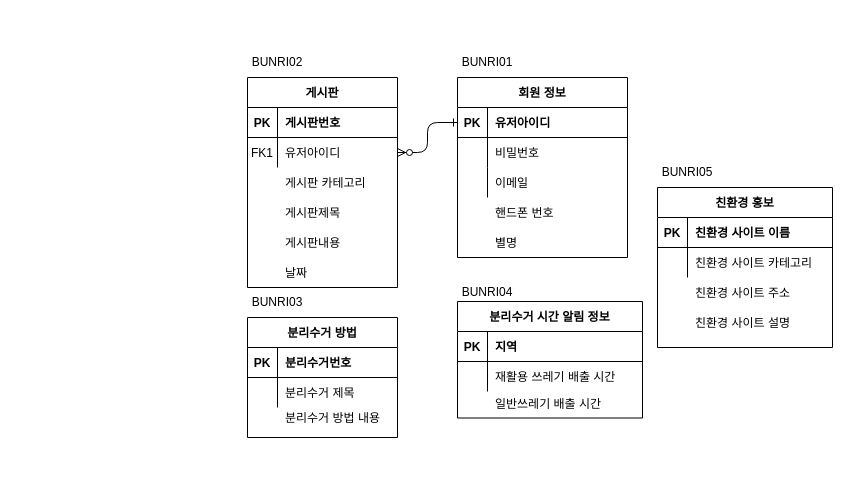
jgy2808/TERM_Project keeps this draw.io diagram as page "kor" (2 of 2) of recycleDB.drawio. Above is the earlier version. Source tidied: cells renumbered, new cells numbered last; positions are measured from the earlier drawing's top-left corner, leaving out a move shared by most shapes. Both pictures are drawn from the tidied source at 100%, with x=0, y=0 at pixel (247, 47).
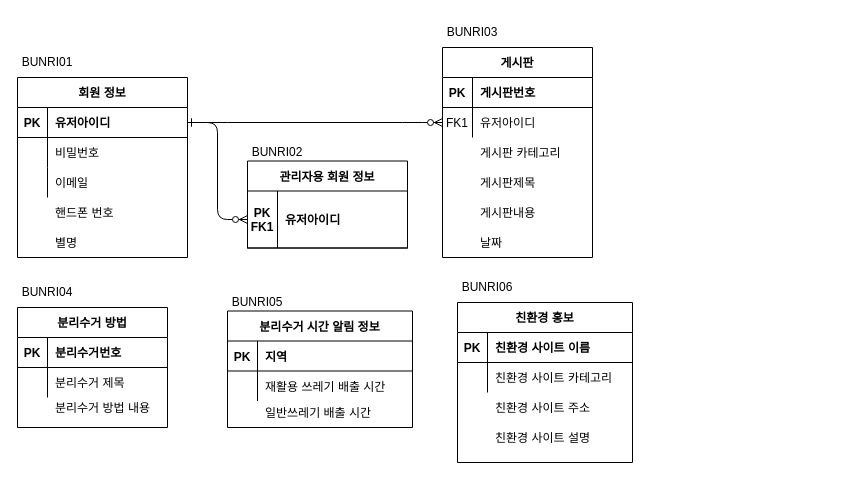
Above is the later version.

The change refers to these unchanged cells:
```xml
<mxCell id="4" style="shape=partialRectangle;fillColor=none;points=[[0,0.5],[1,0.5]];portConstraint=eastwest;top=0;left=0;right=0;bottom=1;" parent="3" vertex="1">
  <mxGeometry y="30" width="170" height="30" as="geometry" />
</mxCell>
<mxCell id="24" style="shape=partialRectangle;fillColor=none;points=[[0,0.5],[1,0.5]];portConstraint=eastwest;top=0;left=0;right=0;bottom=0;" parent="20" vertex="1">
  <mxGeometry y="60" width="150" height="30" as="geometry" />
</mxCell>
```

Diff of the diagram source:
```diff
@@
     <mxCell id="2" value="별명" style="shape=partialRectangle;overflow=hidden;fillColor=none;top=0;left=0;bottom=0;right=0;align=left;spacingLeft=6;" parent="1" vertex="1">
-      <mxGeometry x="240" y="180" width="60" height="30" as="geometry" />
+      <mxGeometry x="-200" y="180" width="60" height="30" as="geometry" />
     </mxCell>
     <mxCell id="3" value="회원 정보" style="shape=table;startSize=30;childLayout=tableLayout;rowLines=0;fontStyle=1;align=center;" parent="1" vertex="1">
-      <mxGeometry x="210" y="30" width="170" height="180" as="geometry" />
+      <mxGeometry x="-230" y="30" width="170" height="180" as="geometry" />
     </mxCell>
@@
     <mxCell id="13" value="분리수거 방법" style="shape=table;startSize=30;childLayout=tableLayout;rowLines=0;fontStyle=1;align=center;" parent="1" vertex="1">
-      <mxGeometry y="270" width="150" height="120" as="geometry" />
+      <mxGeometry x="-230" y="260" width="150" height="120" as="geometry" />
     </mxCell>
@@
     <mxCell id="20" value="게시판" style="shape=table;startSize=30;childLayout=tableLayout;rowLines=0;fontStyle=1;align=center;" parent="1" vertex="1">
-      <mxGeometry y="30" width="150" height="210" as="geometry" />
+      <mxGeometry x="195" width="150" height="210" as="geometry" />
     </mxCell>
@@
     <mxCell id="27" value="핸드폰 번호" style="shape=partialRectangle;overflow=hidden;fillColor=none;top=0;left=0;bottom=0;right=0;align=left;spacingLeft=6;" parent="1" vertex="1">
-      <mxGeometry x="240" y="150" width="70" height="30" as="geometry" />
+      <mxGeometry x="-200" y="150" width="70" height="30" as="geometry" />
     </mxCell>
-    <mxCell id="28" style="edgeStyle=entityRelationEdgeStyle;endArrow=ERzeroToMany;startArrow=ERone;endFill=1;startFill=0;exitX=0;exitY=0.5;exitDx=0;exitDy=0;entryX=1;entryY=0.5;entryDx=0;entryDy=0;" parent="1" edge="1" source="4" target="24">
+    <mxCell id="28" style="edgeStyle=entityRelationEdgeStyle;endArrow=ERzeroToMany;startArrow=ERone;endFill=1;startFill=0;exitX=1;exitY=0.5;exitDx=0;exitDy=0;entryX=0;entryY=0.5;entryDx=0;entryDy=0;" parent="1" edge="1" source="4" target="24">
       <mxGeometry relative="1" as="geometry" />
     </mxCell>
     <mxCell id="29" value="게시판제목" style="shape=partialRectangle;overflow=hidden;fillColor=none;top=0;left=0;bottom=0;right=0;align=left;spacingLeft=6;" parent="1" vertex="1">
-      <mxGeometry x="30" y="150" width="130" height="30" as="geometry" />
+      <mxGeometry x="225" y="120" width="130" height="30" as="geometry" />
     </mxCell>
     <mxCell id="30" value="날짜" style="shape=partialRectangle;overflow=hidden;fillColor=none;top=0;left=0;bottom=0;right=0;align=left;spacingLeft=6;" parent="1" vertex="1">
-      <mxGeometry x="30" y="210" width="130" height="30" as="geometry" />
+      <mxGeometry x="225" y="180" width="130" height="30" as="geometry" />
     </mxCell>
     <mxCell id="31" value="분리수거 방법 내용" style="shape=partialRectangle;overflow=hidden;fillColor=none;top=0;left=0;bottom=0;right=0;align=left;spacingLeft=6;" parent="1" vertex="1">
-      <mxGeometry x="30" y="360" width="120" height="20" as="geometry" />
+      <mxGeometry x="-200" y="350" width="120" height="20" as="geometry" />
     </mxCell>
     <mxCell id="32" value="게시판내용" style="shape=partialRectangle;overflow=hidden;fillColor=none;top=0;left=0;bottom=0;right=0;align=left;spacingLeft=6;" parent="1" vertex="1">
-      <mxGeometry x="30" y="180" width="180" height="30" as="geometry" />
+      <mxGeometry x="225" y="150" width="115" height="30" as="geometry" />
     </mxCell>
     <mxCell id="33" value="분리수거 시간 알림 정보" style="shape=table;startSize=30;childLayout=tableLayout;rowLines=0;fontStyle=1;align=center;" parent="1" vertex="1">
-      <mxGeometry x="210" y="254" width="185" height="116.5" as="geometry" />
+      <mxGeometry x="-20" y="263.5" width="185" height="116.5" as="geometry" />
     </mxCell>
@@
     <mxCell id="40" value="게시판 카테고리" style="shape=partialRectangle;overflow=hidden;fillColor=none;top=0;left=0;bottom=0;right=0;align=left;spacingLeft=6;" parent="1" vertex="1">
-      <mxGeometry x="30" y="120" width="130" height="30" as="geometry" />
+      <mxGeometry x="225" y="90" width="130" height="30" as="geometry" />
     </mxCell>
-    <mxCell id="41" value="BUNRI02" style="text;html=1;strokeColor=none;fillColor=none;align=center;verticalAlign=middle;whiteSpace=wrap;rounded=0;" parent="1" vertex="1">
-      <mxGeometry width="60" height="30" as="geometry" />
+    <mxCell id="41" value="BUNRI03" style="text;html=1;strokeColor=none;fillColor=none;align=center;verticalAlign=middle;whiteSpace=wrap;rounded=0;" parent="1" vertex="1">
+      <mxGeometry x="195" y="-30" width="60" height="30" as="geometry" />
     </mxCell>
-    <mxCell id="42" value="BUNRI04" style="text;html=1;strokeColor=none;fillColor=none;align=center;verticalAlign=middle;whiteSpace=wrap;rounded=0;" parent="1" vertex="1">
-      <mxGeometry x="210" y="230" width="60" height="30" as="geometry" />
+    <mxCell id="42" value="BUNRI05" style="text;html=1;strokeColor=none;fillColor=none;align=center;verticalAlign=middle;whiteSpace=wrap;rounded=0;" parent="1" vertex="1">
+      <mxGeometry x="-20" y="239.5" width="60" height="30" as="geometry" />
     </mxCell>
-    <mxCell id="43" value="BUNRI03" style="text;html=1;strokeColor=none;fillColor=none;align=center;verticalAlign=middle;whiteSpace=wrap;rounded=0;" parent="1" vertex="1">
-      <mxGeometry y="240" width="60" height="30" as="geometry" />
+    <mxCell id="43" value="BUNRI04" style="text;html=1;strokeColor=none;fillColor=none;align=center;verticalAlign=middle;whiteSpace=wrap;rounded=0;" parent="1" vertex="1">
+      <mxGeometry x="-230" y="230" width="60" height="30" as="geometry" />
     </mxCell>
     <mxCell id="44" value="BUNRI01" style="text;html=1;strokeColor=none;fillColor=none;align=center;verticalAlign=middle;whiteSpace=wrap;rounded=0;" parent="1" vertex="1">
-      <mxGeometry x="210" width="60" height="30" as="geometry" />
+      <mxGeometry x="-230" width="60" height="30" as="geometry" />
     </mxCell>
     <mxCell id="45" value="친환경 홍보" style="shape=table;startSize=30;childLayout=tableLayout;rowLines=0;fontStyle=1;align=center;" parent="1" vertex="1">
-      <mxGeometry x="410" y="140" width="175" height="160" as="geometry" />
+      <mxGeometry x="210" y="255" width="175" height="160" as="geometry" />
     </mxCell>
@@
-    <mxCell id="52" value="BUNRI05" style="text;html=1;strokeColor=none;fillColor=none;align=center;verticalAlign=middle;whiteSpace=wrap;rounded=0;" parent="1" vertex="1">
-      <mxGeometry x="410" y="110" width="60" height="30" as="geometry" />
+    <mxCell id="52" value="BUNRI06" style="text;html=1;strokeColor=none;fillColor=none;align=center;verticalAlign=middle;whiteSpace=wrap;rounded=0;" parent="1" vertex="1">
+      <mxGeometry x="210" y="225" width="60" height="30" as="geometry" />
     </mxCell>
     <mxCell id="53" value="친환경 사이트 주소" style="shape=partialRectangle;overflow=hidden;fillColor=none;top=0;left=0;bottom=0;right=0;align=left;spacingLeft=6;" parent="1" vertex="1">
-      <mxGeometry x="440" y="230" width="120" height="30" as="geometry" />
+      <mxGeometry x="240" y="345" width="120" height="30" as="geometry" />
     </mxCell>
     <mxCell id="54" value="친환경 사이트 설명" style="shape=partialRectangle;overflow=hidden;fillColor=none;top=0;left=0;bottom=0;right=0;align=left;spacingLeft=6;" parent="1" vertex="1">
-      <mxGeometry x="440" y="260" width="120" height="30" as="geometry" />
+      <mxGeometry x="240" y="375" width="120" height="30" as="geometry" />
     </mxCell>
     <mxCell id="55" value="일반쓰레기 배출 시간" style="shape=partialRectangle;overflow=hidden;fillColor=none;top=0;left=0;bottom=0;right=0;align=left;spacingLeft=6;" parent="1" vertex="1">
-      <mxGeometry x="240" y="340.5" width="135" height="30" as="geometry" />
+      <mxGeometry x="10" y="350" width="135" height="30" as="geometry" />
     </mxCell>
+    <mxCell id="56" value="관리자용 회원 정보" style="shape=table;startSize=30;childLayout=tableLayout;rowLines=0;fontStyle=1;align=center;" parent="1" vertex="1">
+      <mxGeometry y="113.5" width="160" height="87" as="geometry" />
+    </mxCell>
+    <mxCell id="57" style="shape=partialRectangle;fillColor=none;points=[[0,0.5],[1,0.5]];portConstraint=eastwest;top=0;left=0;right=0;bottom=1;" parent="56" vertex="1">
+      <mxGeometry y="30" width="160" height="57" as="geometry" />
+    </mxCell>
+    <mxCell id="58" value="PK&#10;FK1" style="shape=partialRectangle;overflow=hidden;fillColor=none;top=0;left=0;bottom=0;right=0;fontStyle=1;" parent="57" vertex="1">
+      <mxGeometry width="30" height="57" as="geometry" />
+    </mxCell>
+    <mxCell id="59" value="유저아이디" style="shape=partialRectangle;overflow=hidden;fillColor=none;top=0;left=0;bottom=0;right=0;align=left;spacingLeft=6;fontStyle=1;" parent="57" vertex="1">
+      <mxGeometry x="30" width="130" height="57" as="geometry" />
+    </mxCell>
+    <mxCell id="60" value="BUNRI02" style="text;html=1;strokeColor=none;fillColor=none;align=center;verticalAlign=middle;whiteSpace=wrap;rounded=0;" parent="1" vertex="1">
+      <mxGeometry y="90" width="60" height="30" as="geometry" />
+    </mxCell>
+    <mxCell id="61" style="edgeStyle=entityRelationEdgeStyle;endArrow=ERzeroToMany;startArrow=ERone;endFill=1;startFill=0;exitX=1;exitY=0.5;exitDx=0;exitDy=0;entryX=0;entryY=0.5;entryDx=0;entryDy=0;" parent="1" edge="1" source="4" target="57">
+      <mxGeometry relative="1" as="geometry" />
+    </mxCell>
```
